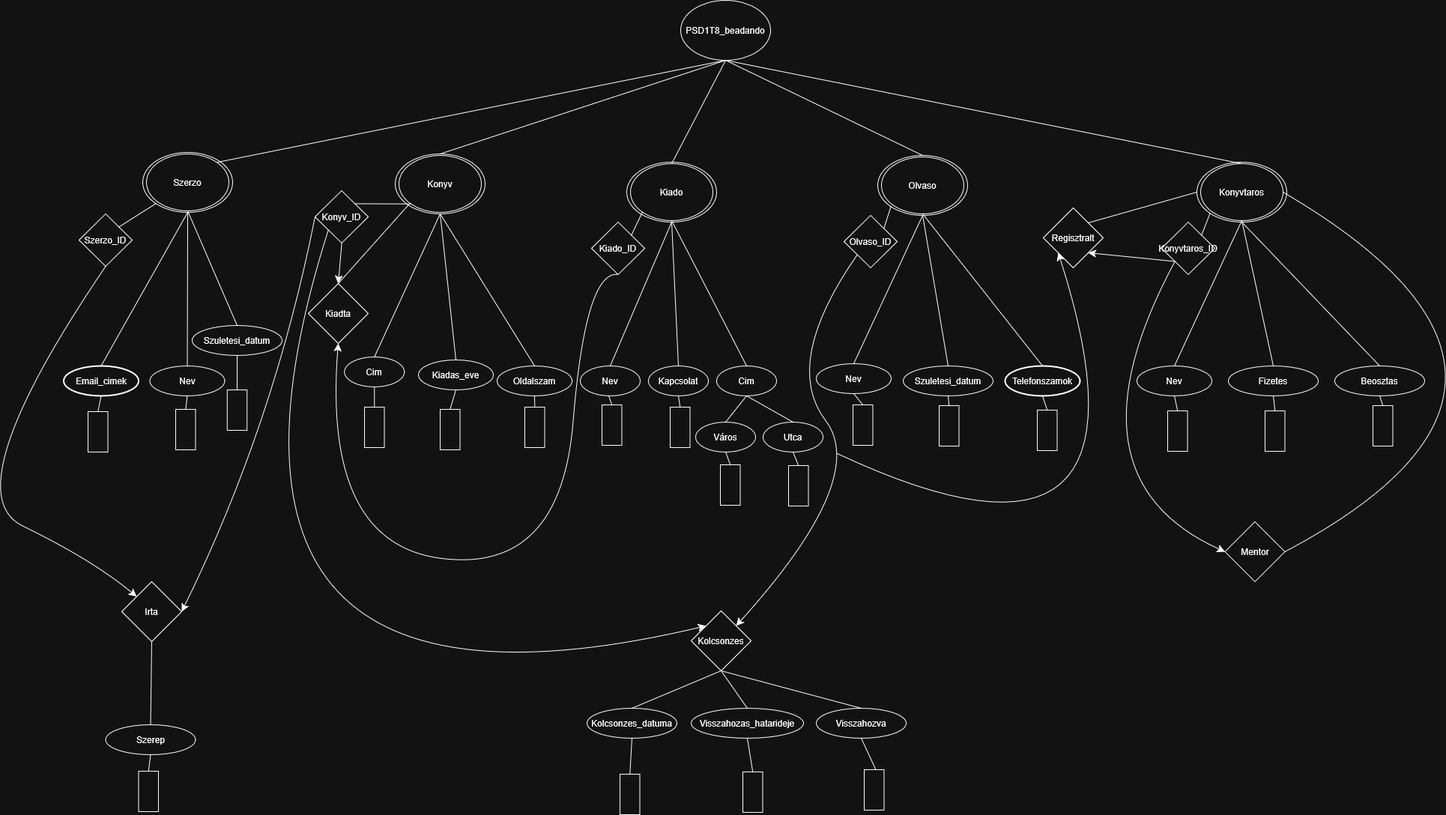
Before: PSD1T8_XMLTask/PSD1T8_XDM.png, a diagram exported from draw.io (BucskoGabor/PSD1T8WebXML). Source tidied: cells renumbered, new cells last; positions are measured from the earlier drawing's top-left corner, leaving out a move shared by most shapes.
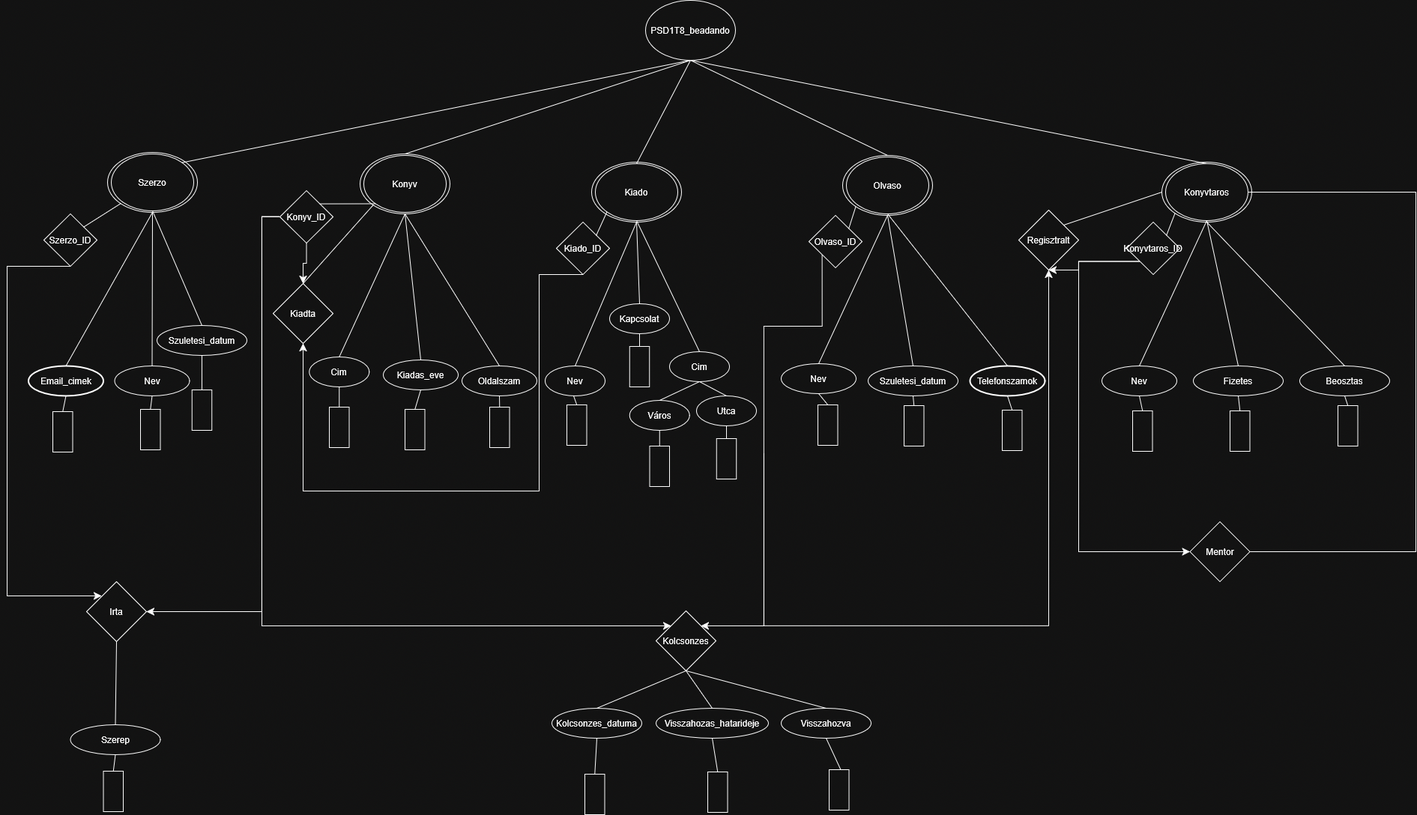
Above is the later version.

The edit, as a diff of the source:
```diff
@@ -72,16 +72,16 @@
       <mxGeometry x="838" y="488" width="80" height="40" as="geometry" />
     </mxCell>
     <mxCell id="25" value="Kapcsolat" style="ellipse;whiteSpace=wrap;html=1;align=center;" parent="1" vertex="1">
-      <mxGeometry x="929" y="488" width="80" height="40" as="geometry" />
+      <mxGeometry x="924" y="405" width="80" height="40" as="geometry" />
     </mxCell>
     <mxCell id="26" value="Cim" style="ellipse;whiteSpace=wrap;html=1;align=center;" parent="1" vertex="1">
-      <mxGeometry x="1020" y="488" width="80" height="40" as="geometry" />
+      <mxGeometry x="1004" y="469" width="80" height="40" as="geometry" />
     </mxCell>
     <mxCell id="27" value="Város" style="ellipse;whiteSpace=wrap;html=1;align=center;" parent="1" vertex="1">
-      <mxGeometry x="992" y="563" width="80" height="40" as="geometry" />
+      <mxGeometry x="950.8" y="534" width="80" height="40" as="geometry" />
     </mxCell>
     <mxCell id="28" value="Utca" style="ellipse;whiteSpace=wrap;html=1;align=center;" parent="1" vertex="1">
-      <mxGeometry x="1082" y="563" width="80" height="40" as="geometry" />
+      <mxGeometry x="1040" y="528" width="80" height="40" as="geometry" />
     </mxCell>
     <mxCell id="29" value="Nev" style="ellipse;whiteSpace=wrap;html=1;align=center;" parent="1" vertex="1">
       <mxGeometry x="1153" y="485" width="100" height="40" as="geometry" />
@@ -122,15 +122,15 @@
     <mxCell id="41" style="rounded=0;whiteSpace=wrap;html=1;" parent="1" vertex="1">
       <mxGeometry x="867" y="540" width="26.5" height="54" as="geometry" />
     </mxCell>
-    <mxCell id="42" style="rounded=0;whiteSpace=wrap;html=1;" parent="1" vertex="1">
-      <mxGeometry x="958" y="543" width="26.5" height="54" as="geometry" />
-    </mxCell>
-    <mxCell id="43" style="rounded=0;whiteSpace=wrap;html=1;" parent="1" vertex="1">
-      <mxGeometry x="1025" y="620" width="26.5" height="54" as="geometry" />
-    </mxCell>
-    <mxCell id="44" style="rounded=0;whiteSpace=wrap;html=1;" parent="1" vertex="1">
-      <mxGeometry x="1116" y="621" width="26.5" height="54" as="geometry" />
-    </mxCell>
+    <mxCell id="127" style="rounded=0;whiteSpace=wrap;html=1;" parent="1" vertex="1">
+      <mxGeometry x="950.8" y="462" width="26.5" height="54" as="geometry" />
+    </mxCell>
+    <mxCell id="128" style="rounded=0;whiteSpace=wrap;html=1;" parent="1" vertex="1">
+      <mxGeometry x="977.5" y="595" width="26.5" height="54" as="geometry" />
+    </mxCell>
+    <mxCell id="129" style="rounded=0;whiteSpace=wrap;html=1;" parent="1" vertex="1">
+      <mxGeometry x="1066.8" y="585" width="26.5" height="54" as="geometry" />
+    </mxCell>
     <mxCell id="45" style="rounded=0;whiteSpace=wrap;html=1;" parent="1" vertex="1">
       <mxGeometry x="1202" y="540" width="26.5" height="54" as="geometry" />
     </mxCell>
@@ -182,15 +182,15 @@
     <mxCell id="61" style="endArrow=none;html=1;rounded=0;fontSize=12;startSize=8;endSize=8;curved=1;exitX=0.5;exitY=0;exitDx=0;exitDy=0;entryX=0.475;entryY=1;entryDx=0;entryDy=0;entryPerimeter=0;" parent="1" edge="1" source="41" target="24">
       <mxGeometry relative="1" as="geometry" />
     </mxCell>
-    <mxCell id="62" style="endArrow=none;html=1;rounded=0;fontSize=12;startSize=8;endSize=8;curved=1;exitX=0.5;exitY=0;exitDx=0;exitDy=0;entryX=0.5;entryY=1;entryDx=0;entryDy=0;" parent="1" edge="1" source="42" target="25">
-      <mxGeometry relative="1" as="geometry" />
-    </mxCell>
-    <mxCell id="63" style="endArrow=none;html=1;rounded=0;fontSize=12;startSize=8;endSize=8;curved=1;exitX=0.5;exitY=0;exitDx=0;exitDy=0;entryX=0.5;entryY=1;entryDx=0;entryDy=0;" parent="1" edge="1" source="43" target="27">
-      <mxGeometry relative="1" as="geometry" />
-    </mxCell>
-    <mxCell id="64" style="endArrow=none;html=1;rounded=0;fontSize=12;startSize=8;endSize=8;curved=1;exitX=0.5;exitY=0;exitDx=0;exitDy=0;entryX=0.5;entryY=1;entryDx=0;entryDy=0;" parent="1" edge="1" source="44" target="28">
-      <mxGeometry relative="1" as="geometry" />
-    </mxCell>
+    <mxCell id="130" style="endArrow=none;html=1;rounded=0;fontSize=12;startSize=8;endSize=8;curved=1;exitX=0.5;exitY=0;exitDx=0;exitDy=0;entryX=0.5;entryY=1;entryDx=0;entryDy=0;" parent="1" edge="1" source="127" target="25">
+      <mxGeometry relative="1" as="geometry" />
+    </mxCell>
+    <mxCell id="131" style="endArrow=none;html=1;rounded=0;fontSize=12;startSize=8;endSize=8;curved=1;exitX=0.5;exitY=0;exitDx=0;exitDy=0;entryX=0.5;entryY=1;entryDx=0;entryDy=0;" parent="1" edge="1" source="128" target="27">
+      <mxGeometry relative="1" as="geometry" />
+    </mxCell>
+    <mxCell id="132" style="endArrow=none;html=1;rounded=0;fontSize=12;startSize=8;endSize=8;curved=1;exitX=0.5;exitY=0;exitDx=0;exitDy=0;entryX=0.5;entryY=1;entryDx=0;entryDy=0;" parent="1" edge="1" source="129" target="28">
+      <mxGeometry relative="1" as="geometry" />
+    </mxCell>
     <mxCell id="65" style="endArrow=none;html=1;rounded=0;fontSize=12;startSize=8;endSize=8;curved=1;exitX=0.5;exitY=0;exitDx=0;exitDy=0;entryX=0.5;entryY=1;entryDx=0;entryDy=0;" parent="1" edge="1" source="28" target="26">
       <mxGeometry relative="1" as="geometry" />
     </mxCell>
@@ -284,33 +284,34 @@
     <mxCell id="95" style="endArrow=none;html=1;rounded=0;fontSize=12;startSize=8;endSize=8;curved=1;exitX=0.5;exitY=0;exitDx=0;exitDy=0;entryX=0;entryY=1;entryDx=0;entryDy=0;" parent="1" edge="1" source="94" target="5">
       <mxGeometry relative="1" as="geometry" />
     </mxCell>
-    <mxCell id="96" style="endArrow=classic;html=1;rounded=0;fontSize=12;startSize=8;endSize=8;curved=1;exitX=0.5;exitY=1;exitDx=0;exitDy=0;entryX=0.5;entryY=0;entryDx=0;entryDy=0;" parent="1" edge="1" source="14" target="94">
+    <mxCell id="96" style="endArrow=classic;html=1;rounded=0;fontSize=12;startSize=8;endSize=8;exitX=0.5;exitY=1;exitDx=0;exitDy=0;entryX=0.5;entryY=0;entryDx=0;entryDy=0;edgeStyle=orthogonalEdgeStyle;" parent="1" edge="1" source="14" target="94">
       <mxGeometry relative="1" as="geometry" />
     </mxCell>
-    <mxCell id="97" style="endArrow=classic;html=1;rounded=0;fontSize=12;startSize=8;endSize=8;curved=1;exitX=0.5;exitY=1;exitDx=0;exitDy=0;entryX=0.5;entryY=1;entryDx=0;entryDy=0;" parent="1" edge="1" source="15" target="94">
+    <mxCell id="97" style="endArrow=classic;html=1;rounded=0;fontSize=12;startSize=8;endSize=8;exitX=0.5;exitY=1;exitDx=0;exitDy=0;entryX=0.5;entryY=1;entryDx=0;entryDy=0;edgeStyle=orthogonalEdgeStyle;" parent="1" edge="1" source="15" target="94">
       <mxGeometry relative="1" as="geometry">
         <Array as="points">
-          <mxPoint x="845" y="360" />
-          <mxPoint x="812" y="765" />
-          <mxPoint x="494" y="725" />
+          <mxPoint x="830" y="366" />
+          <mxPoint x="830" y="655" />
+          <mxPoint x="515" y="655" />
         </Array>
       </mxGeometry>
     </mxCell>
     <mxCell id="98" value="Irta" style="rhombus;whiteSpace=wrap;html=1;" parent="1" vertex="1">
       <mxGeometry x="226" y="776" width="80" height="80" as="geometry" />
     </mxCell>
-    <mxCell id="99" style="endArrow=classic;html=1;rounded=0;fontSize=12;startSize=8;endSize=8;curved=1;exitX=0;exitY=0.5;exitDx=0;exitDy=0;entryX=1;entryY=0.5;entryDx=0;entryDy=0;" parent="1" edge="1" source="14" target="98">
+    <mxCell id="99" style="endArrow=classic;html=1;rounded=0;fontSize=12;startSize=8;endSize=8;exitX=0;exitY=0.5;exitDx=0;exitDy=0;entryX=1;entryY=0.5;entryDx=0;entryDy=0;edgeStyle=orthogonalEdgeStyle;" parent="1" edge="1" source="14" target="98">
       <mxGeometry relative="1" as="geometry">
         <Array as="points">
-          <mxPoint x="429" y="566" />
+          <mxPoint x="460" y="289" />
+          <mxPoint x="460" y="816" />
         </Array>
       </mxGeometry>
     </mxCell>
-    <mxCell id="100" style="endArrow=classic;html=1;rounded=0;fontSize=12;startSize=8;endSize=8;curved=1;exitX=0.5;exitY=1;exitDx=0;exitDy=0;entryX=0;entryY=0;entryDx=0;entryDy=0;" parent="1" edge="1" source="13" target="98">
+    <mxCell id="100" style="endArrow=classic;html=1;rounded=0;fontSize=12;startSize=8;endSize=8;exitX=0.5;exitY=1;exitDx=0;exitDy=0;entryX=0;entryY=0;entryDx=0;entryDy=0;edgeStyle=orthogonalEdgeStyle;" parent="1" edge="1" source="13" target="98">
       <mxGeometry relative="1" as="geometry">
         <Array as="points">
-          <mxPoint y="656" />
-          <mxPoint x="187" y="747" />
+          <mxPoint x="120" y="355" />
+          <mxPoint x="120" y="795" />
         </Array>
       </mxGeometry>
     </mxCell>
@@ -347,18 +348,20 @@
     <mxCell id="111" style="endArrow=none;html=1;rounded=0;fontSize=12;startSize=8;endSize=8;curved=1;exitX=0.5;exitY=0;exitDx=0;exitDy=0;entryX=0.5;entryY=1;entryDx=0;entryDy=0;" parent="1" edge="1" source="108" target="105">
       <mxGeometry relative="1" as="geometry" />
     </mxCell>
-    <mxCell id="112" style="endArrow=classic;html=1;rounded=0;fontSize=12;startSize=8;endSize=8;curved=1;exitX=0;exitY=1;exitDx=0;exitDy=0;entryX=0;entryY=0;entryDx=0;entryDy=0;" parent="1" edge="1" source="14" target="105">
+    <mxCell id="112" style="endArrow=classic;html=1;rounded=0;fontSize=12;startSize=8;endSize=8;exitX=-0.002;exitY=0.493;exitDx=0;exitDy=0;entryX=0;entryY=0;entryDx=0;entryDy=0;edgeStyle=orthogonalEdgeStyle;exitPerimeter=0;" parent="1" edge="1" source="14" target="105">
       <mxGeometry relative="1" as="geometry">
         <Array as="points">
-          <mxPoint x="279" y="1007" />
+          <mxPoint x="460" y="289" />
+          <mxPoint x="460" y="835" />
         </Array>
       </mxGeometry>
     </mxCell>
-    <mxCell id="113" style="endArrow=classic;html=1;rounded=0;fontSize=12;startSize=8;endSize=8;curved=1;exitX=0;exitY=1;exitDx=0;exitDy=0;entryX=1;entryY=0;entryDx=0;entryDy=0;" parent="1" edge="1" source="16" target="105">
+    <mxCell id="113" style="endArrow=classic;html=1;rounded=0;fontSize=12;startSize=8;endSize=8;exitX=0;exitY=1;exitDx=0;exitDy=0;entryX=1;entryY=0;entryDx=0;entryDy=0;edgeStyle=orthogonalEdgeStyle;" parent="1" edge="1" source="16" target="105">
       <mxGeometry relative="1" as="geometry">
         <Array as="points">
-          <mxPoint x="1107" y="484" />
-          <mxPoint x="1224" y="638" />
+          <mxPoint x="1208" y="435" />
+          <mxPoint x="1130" y="435" />
+          <mxPoint x="1130" y="835" />
         </Array>
       </mxGeometry>
     </mxCell>
@@ -377,24 +380,33 @@
     <mxCell id="118" style="endArrow=none;html=1;rounded=0;fontSize=12;startSize=8;endSize=8;curved=1;exitX=0.5;exitY=0;exitDx=0;exitDy=0;entryX=0.5;entryY=1;entryDx=0;entryDy=0;" parent="1" edge="1" source="114" target="106">
       <mxGeometry relative="1" as="geometry" />
     </mxCell>
-    <mxCell id="119" style="endArrow=none;html=1;rounded=0;fontSize=12;startSize=8;endSize=8;curved=1;entryX=0.5;entryY=1;entryDx=0;entryDy=0;" parent="1" edge="1" target="108">
-      <mxGeometry relative="1" as="geometry">
-        <mxPoint x="1232" y="1026" as="sourcePoint" />
-      </mxGeometry>
-    </mxCell>
+    <mxCell id="133" style="endArrow=none;html=1;rounded=0;fontSize=12;startSize=8;endSize=8;curved=1;entryX=0.5;entryY=1;entryDx=0;entryDy=0;" parent="1" edge="1" target="108">
+      <mxGeometry relative="1" as="geometry">
+        <mxPoint x="1232" y="1026" as="sourcePoint" />
+      </mxGeometry>
+    </mxCell>
     <mxCell id="120" value="Regisztralt" style="rhombus;whiteSpace=wrap;html=1;" parent="1" vertex="1">
-      <mxGeometry x="1456" y="277" width="80" height="80" as="geometry" />
+      <mxGeometry x="1470" y="280" width="80" height="80" as="geometry" />
     </mxCell>
-    <mxCell id="121" style="endArrow=classic;html=1;rounded=0;fontSize=12;startSize=8;endSize=8;curved=1;entryX=0;entryY=1;entryDx=0;entryDy=0;" parent="1" edge="1" target="120">
-      <mxGeometry relative="1" as="geometry">
-        <mxPoint x="1181" y="605" as="sourcePoint" />
-        <Array as="points">
-          <mxPoint x="1629" y="815" />
-        </Array>
-      </mxGeometry>
-    </mxCell>
+    <mxCell id="134" style="endArrow=classic;html=1;rounded=0;fontSize=12;startSize=8;endSize=8;entryX=0.5;entryY=1;entryDx=0;entryDy=0;edgeStyle=orthogonalEdgeStyle;" parent="1" edge="1" target="120">
+      <mxGeometry relative="1" as="geometry">
+        <mxPoint x="1130" y="605" as="sourcePoint" />
+        <Array as="points">
+          <mxPoint x="1130" y="605" />
+          <mxPoint x="1130" y="835" />
+          <mxPoint x="1510" y="835" />
+          <mxPoint x="1510" y="405" />
+          <mxPoint x="1496" y="405" />
+        </Array>
+      </mxGeometry>
+    </mxCell>
-    <mxCell id="122" style="endArrow=classic;html=1;rounded=0;fontSize=12;startSize=8;endSize=8;curved=1;exitX=0;exitY=1;exitDx=0;exitDy=0;entryX=1;entryY=1;entryDx=0;entryDy=0;" parent="1" edge="1" source="17" target="120">
-      <mxGeometry relative="1" as="geometry" />
+    <mxCell id="122" style="endArrow=classic;html=1;rounded=0;fontSize=12;startSize=8;endSize=8;exitX=0;exitY=1;exitDx=0;exitDy=0;entryX=0.5;entryY=1;entryDx=0;entryDy=0;edgeStyle=orthogonalEdgeStyle;" parent="1" edge="1" source="17" target="120">
+      <mxGeometry relative="1" as="geometry">
+        <Array as="points">
+          <mxPoint x="1550" y="349" />
+          <mxPoint x="1550" y="360" />
+        </Array>
+      </mxGeometry>
     </mxCell>
     <mxCell id="123" style="endArrow=none;html=1;rounded=0;fontSize=12;startSize=8;endSize=8;curved=1;exitX=1;exitY=0;exitDx=0;exitDy=0;entryX=0;entryY=0.5;entryDx=0;entryDy=0;" parent="1" edge="1" source="120" target="11">
       <mxGeometry relative="1" as="geometry" />
@@ -402,17 +414,19 @@
     <mxCell id="124" value="Mentor" style="rhombus;whiteSpace=wrap;html=1;" parent="1" vertex="1">
       <mxGeometry x="1698.5" y="696" width="80" height="80" as="geometry" />
     </mxCell>
-    <mxCell id="125" style="endArrow=classic;html=1;rounded=0;fontSize=12;startSize=8;endSize=8;curved=1;exitX=0;exitY=1;exitDx=0;exitDy=0;entryX=0;entryY=0.5;entryDx=0;entryDy=0;" parent="1" edge="1" source="17" target="124">
+    <mxCell id="125" style="endArrow=classic;html=1;rounded=0;fontSize=12;startSize=8;endSize=8;exitX=0;exitY=1;exitDx=0;exitDy=0;entryX=0;entryY=0.5;entryDx=0;entryDy=0;edgeStyle=orthogonalEdgeStyle;" parent="1" edge="1" source="17" target="124">
       <mxGeometry relative="1" as="geometry">
         <Array as="points">
-          <mxPoint x="1477" y="636" />
+          <mxPoint x="1550" y="349" />
+          <mxPoint x="1550" y="736" />
         </Array>
       </mxGeometry>
     </mxCell>
-    <mxCell id="126" style="endArrow=none;html=1;rounded=0;fontSize=12;startSize=8;endSize=8;curved=1;exitX=1;exitY=0.5;exitDx=0;exitDy=0;entryX=1;entryY=0.5;entryDx=0;entryDy=0;" parent="1" edge="1" source="124" target="12">
+    <mxCell id="126" style="endArrow=none;html=1;rounded=0;fontSize=12;startSize=8;endSize=8;exitX=1;exitY=0.5;exitDx=0;exitDy=0;entryX=1;entryY=0.5;entryDx=0;entryDy=0;edgeStyle=orthogonalEdgeStyle;" parent="1" edge="1" source="124" target="12">
       <mxGeometry relative="1" as="geometry">
         <Array as="points">
-          <mxPoint x="2208" y="509" />
+          <mxPoint x="2000" y="736" />
+          <mxPoint x="2000" y="256" />
         </Array>
       </mxGeometry>
     </mxCell>
```
